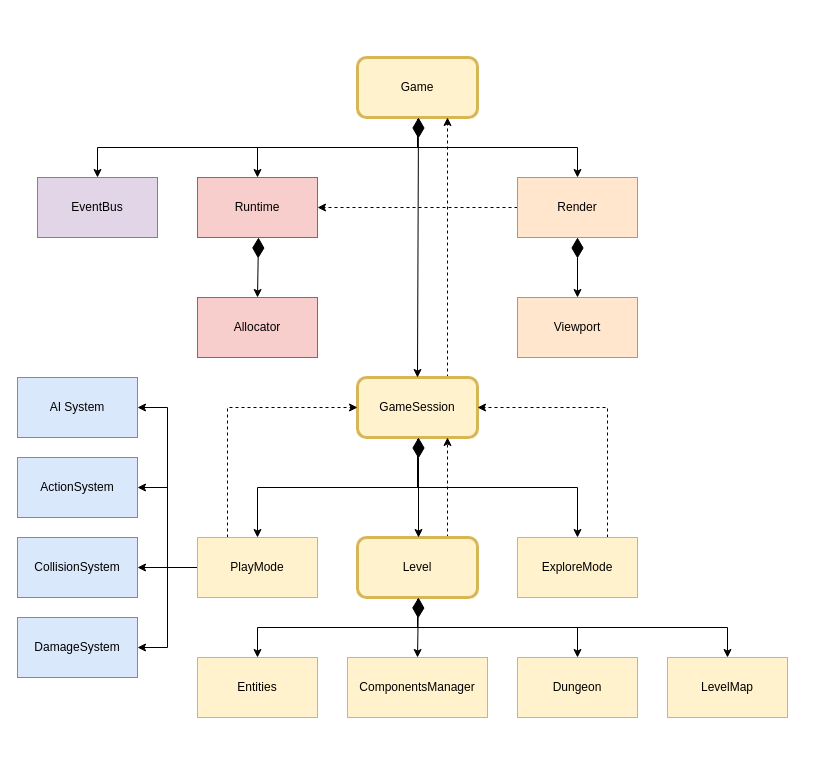
Before: page "Main components" (1 of 2) of docs/schemas.drawio in vladimir-popov/forgotten_catacombs, a draw.io diagram. Source tidied: cells renumbered, new cells numbered last; positions are measured from the earlier drawing's top-left corner, leaving out a move shared by most shapes. Both pictures are drawn from the tidied source at 100%, with x=0, y=0 at pixel (17, 57).
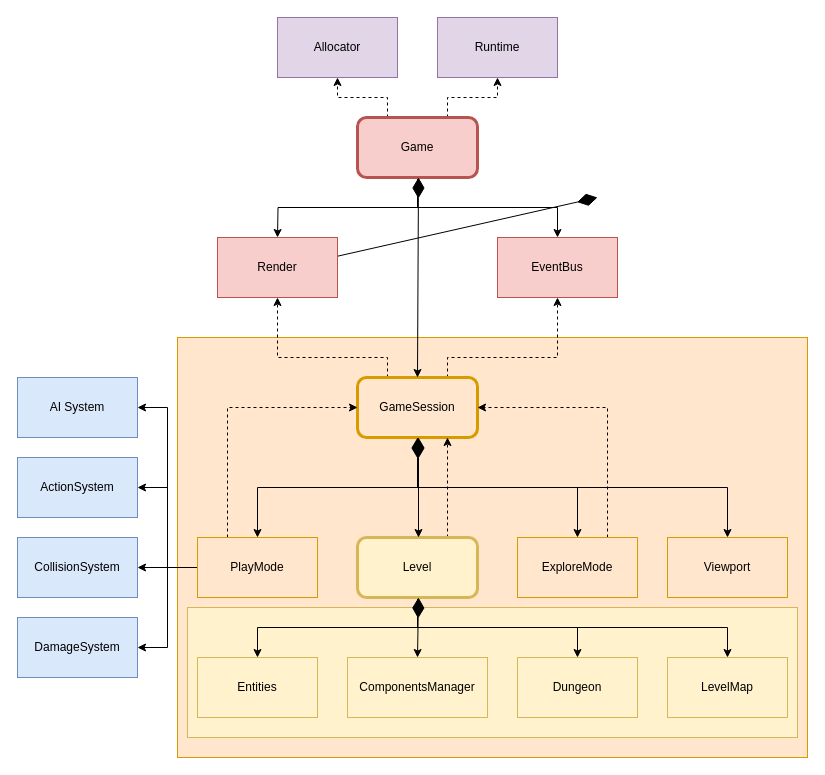
After the change.

Commit message (it also covers changes not shown here):
Fix EventBus and use it to handle player's death

What changed in the source:
```diff
@@
-    <mxCell id="2" style="edgeStyle=orthogonalEdgeStyle;rounded=0;jettySize=auto;html=1;exitX=0.5;exitY=1;exitDx=0;exitDy=0;entryX=0.5;entryY=0;entryDx=0;entryDy=0;endArrow=classic;endFill=1;" parent="1" edge="1" source="5" target="18">
-      <mxGeometry relative="1" as="geometry" />
-    </mxCell>
+    <mxCell id="42" style="rounded=0;whiteSpace=wrap;html=1;fillColor=#ffe6cc;strokeColor=#d79b00;" parent="1" vertex="1">
+      <mxGeometry x="160" y="280" width="630" height="420" as="geometry" />
+    </mxCell>
+    <mxCell id="43" style="rounded=0;whiteSpace=wrap;html=1;fillColor=#fff2cc;strokeColor=#d6b656;" parent="1" vertex="1">
+      <mxGeometry x="170" y="550" width="610" height="130" as="geometry" />
+    </mxCell>
-    <mxCell id="3" style="edgeStyle=orthogonalEdgeStyle;rounded=0;jettySize=auto;html=1;exitX=0.5;exitY=1;exitDx=0;exitDy=0;" parent="1" edge="1" source="5" target="19">
-      <mxGeometry relative="1" as="geometry" />
+    <mxCell id="3" style="edgeStyle=orthogonalEdgeStyle;rounded=0;jettySize=auto;html=1;exitX=0.5;exitY=1;exitDx=0;exitDy=0;" parent="1" edge="1" source="5">
+      <mxGeometry relative="1" as="geometry">
+        <mxPoint x="260" y="180" as="targetPoint" />
+      </mxGeometry>
     </mxCell>
@@
+    <mxCell id="44" style="edgeStyle=orthogonalEdgeStyle;rounded=0;jettySize=auto;html=1;exitX=0.25;exitY=0;exitDx=0;exitDy=0;dashed=1;" parent="1" edge="1" source="5" target="32">
+      <mxGeometry relative="1" as="geometry" />
+    </mxCell>
+    <mxCell id="45" style="edgeStyle=orthogonalEdgeStyle;rounded=0;jettySize=auto;html=1;exitX=0.75;exitY=0;exitDx=0;exitDy=0;entryX=0.5;entryY=1;entryDx=0;entryDy=0;dashed=1;" parent="1" edge="1" source="5" target="19">
+      <mxGeometry relative="1" as="geometry" />
+    </mxCell>
-    <mxCell id="5" value="Game" style="rounded=1;whiteSpace=wrap;html=1;fillColor=#fff2cc;strokeColor=#d6b656;strokeWidth=3;" parent="1" vertex="1">
-      <mxGeometry x="340" width="120" height="60" as="geometry" />
+    <mxCell id="5" value="Game" style="rounded=1;whiteSpace=wrap;html=1;fillColor=#f8cecc;strokeColor=#b85450;strokeWidth=3;" parent="1" vertex="1">
+      <mxGeometry x="340" y="60" width="120" height="60" as="geometry" />
     </mxCell>
-    <mxCell id="6" style="edgeStyle=orthogonalEdgeStyle;rounded=0;jettySize=auto;html=1;exitX=0.75;exitY=0;exitDx=0;exitDy=0;entryX=0.75;entryY=1;entryDx=0;entryDy=0;dashed=1;" parent="1" edge="1" source="9" target="5">
-      <mxGeometry relative="1" as="geometry" />
-    </mxCell>
@@
+    <mxCell id="46" style="edgeStyle=orthogonalEdgeStyle;rounded=0;jettySize=auto;html=1;exitX=0.25;exitY=0;exitDx=0;exitDy=0;entryX=0.5;entryY=1;entryDx=0;entryDy=0;dashed=1;" parent="1" edge="1" source="9" target="18">
+      <mxGeometry relative="1" as="geometry">
+        <Array as="points">
+          <mxPoint x="370" y="300" />
+          <mxPoint x="260" y="300" />
+        </Array>
+      </mxGeometry>
+    </mxCell>
+    <mxCell id="47" style="edgeStyle=orthogonalEdgeStyle;rounded=0;jettySize=auto;html=1;exitX=0.75;exitY=0;exitDx=0;exitDy=0;entryX=0.5;entryY=1;entryDx=0;entryDy=0;dashed=1;" parent="1" edge="1" source="9" target="16">
+      <mxGeometry relative="1" as="geometry">
+        <Array as="points">
+          <mxPoint x="430" y="300" />
+          <mxPoint x="540" y="300" />
+        </Array>
+      </mxGeometry>
+    </mxCell>
-    <mxCell id="9" value="GameSession" style="rounded=1;whiteSpace=wrap;html=1;fillColor=#fff2cc;strokeColor=#d6b656;gradientColor=none;strokeWidth=3;" parent="1" vertex="1">
+    <mxCell id="9" value="GameSession" style="rounded=1;whiteSpace=wrap;html=1;fillColor=#ffe6cc;strokeColor=#d79b00;strokeWidth=3;" parent="1" vertex="1">
       <mxGeometry x="340" y="320" width="120" height="60" as="geometry" />
     </mxCell>
@@
-    <mxCell id="14" value="Level" style="rounded=1;whiteSpace=wrap;html=1;fillColor=#fff2cc;strokeColor=#d6b656;strokeWidth=3;align=center;verticalAlign=middle;fontFamily=Helvetica;fontSize=12;fontColor=default;" parent="1" vertex="1">
+    <mxCell id="14" value="Level" style="rounded=1;whiteSpace=wrap;html=1;fillColor=#fff2cc;strokeColor=#d6b656;strokeWidth=3;align=center;verticalAlign=middle;fontFamily=Helvetica;fontSize=12;" parent="1" vertex="1">
       <mxGeometry x="340" y="480" width="120" height="60" as="geometry" />
     </mxCell>
@@
-    <mxCell id="16" value="EventBus" style="rounded=0;whiteSpace=wrap;html=1;fillColor=#e1d5e7;strokeColor=#9673a6;" parent="1" vertex="1">
-      <mxGeometry x="20" y="120" width="120" height="60" as="geometry" />
+    <mxCell id="16" value="EventBus" style="rounded=0;whiteSpace=wrap;html=1;fillColor=#f8cecc;strokeColor=#b85450;" parent="1" vertex="1">
+      <mxGeometry x="480" y="180" width="120" height="60" as="geometry" />
     </mxCell>
-    <mxCell id="17" style="edgeStyle=orthogonalEdgeStyle;rounded=0;jettySize=auto;html=1;exitX=0;exitY=0.5;exitDx=0;exitDy=0;entryX=1;entryY=0.5;entryDx=0;entryDy=0;dashed=1;" parent="1" edge="1" source="18" target="19">
-      <mxGeometry relative="1" as="geometry" />
-    </mxCell>
-    <mxCell id="18" value="Render" style="rounded=0;whiteSpace=wrap;html=1;fillColor=#ffe6cc;strokeColor=#d79b00;" parent="1" vertex="1">
-      <mxGeometry x="500" y="120" width="120" height="60" as="geometry" />
-    </mxCell>
-    <mxCell id="19" value="Runtime" style="rounded=0;whiteSpace=wrap;html=1;fillColor=#f8cecc;strokeColor=#b85450;" parent="1" vertex="1">
-      <mxGeometry x="180" y="120" width="120" height="60" as="geometry" />
-    </mxCell>
-    <mxCell id="20" style="endArrow=diamondThin;endFill=1;endSize=18;html=1;rounded=0;entryX=0.5;entryY=1;entryDx=0;entryDy=0;exitX=0.5;exitY=0;exitDx=0;exitDy=0;startArrow=classic;startFill=1;strokeWidth=1;" parent="1" edge="1" source="9">
+    <mxCell id="20" style="endArrow=diamondThin;endFill=1;endSize=18;html=1;rounded=0;exitX=0.5;exitY=0;exitDx=0;exitDy=0;startArrow=classic;startFill=1;strokeWidth=1;" parent="1" edge="1" source="9">
       <mxGeometry relative="1" as="geometry">
-        <mxPoint x="401" y="60" as="targetPoint" />
+        <mxPoint x="401" y="120" as="targetPoint" />
       </mxGeometry>
     </mxCell>
@@
-    <mxCell id="28" value="PlayMode" style="rounded=0;whiteSpace=wrap;html=1;fillColor=#fff2cc;strokeColor=#d6b656;" parent="1" vertex="1">
+    <mxCell id="28" value="PlayMode" style="rounded=0;whiteSpace=wrap;html=1;fillColor=#ffe6cc;strokeColor=#d79b00;" parent="1" vertex="1">
       <mxGeometry x="180" y="480" width="120" height="60" as="geometry" />
     </mxCell>
@@
-    <mxCell id="30" value="ExploreMode" style="rounded=0;whiteSpace=wrap;html=1;fillColor=#fff2cc;strokeColor=#d6b656;" parent="1" vertex="1">
+    <mxCell id="30" value="ExploreMode" style="rounded=0;whiteSpace=wrap;html=1;fillColor=#ffe6cc;strokeColor=#d79b00;" parent="1" vertex="1">
       <mxGeometry x="500" y="480" width="120" height="60" as="geometry" />
     </mxCell>
-    <mxCell id="31" value="Viewport" style="rounded=0;whiteSpace=wrap;html=1;fillColor=#ffe6cc;strokeColor=#d79b00;" parent="1" vertex="1">
-      <mxGeometry x="500" y="240" width="120" height="60" as="geometry" />
-    </mxCell>
-    <mxCell id="32" value="Allocator" style="rounded=0;whiteSpace=wrap;html=1;fillColor=#f8cecc;strokeColor=#b85450;" parent="1" vertex="1">
-      <mxGeometry x="180" y="240" width="120" height="60" as="geometry" />
-    </mxCell>
-    <mxCell id="33" style="endArrow=diamondThin;endFill=1;endSize=18;html=1;rounded=0;entryX=0.5;entryY=1;entryDx=0;entryDy=0;startArrow=classic;startFill=1;exitX=0.5;exitY=0;exitDx=0;exitDy=0;strokeWidth=1;" parent="1" edge="1" source="32">
-      <mxGeometry relative="1" as="geometry">
-        <mxPoint x="241" y="180" as="targetPoint" />
-      </mxGeometry>
-    </mxCell>
@@
-    <mxCell id="41" style="endArrow=diamondThin;endFill=1;endSize=18;html=1;rounded=0;entryX=0.5;entryY=1;entryDx=0;entryDy=0;startArrow=classic;startFill=1;exitX=0.5;exitY=0;exitDx=0;exitDy=0;strokeWidth=1;fillColor=#ffe6cc;strokeColor=#000000;" parent="1" edge="1" source="31" target="18">
-      <mxGeometry relative="1" as="geometry" />
+    <mxCell id="41" style="endArrow=diamondThin;endFill=1;endSize=18;html=1;rounded=0;entryX=0.5;entryY=1;entryDx=0;entryDy=0;startArrow=classic;startFill=1;exitX=0.5;exitY=0;exitDx=0;exitDy=0;strokeWidth=1;fillColor=#ffe6cc;strokeColor=#000000;" parent="1" edge="1">
+      <mxGeometry relative="1" as="geometry">
+        <mxPoint x="270" y="210" as="sourcePoint" />
+        <mxPoint x="580" y="140" as="targetPoint" />
+      </mxGeometry>
     </mxCell>
+    <mxCell id="19" value="Runtime" style="rounded=0;whiteSpace=wrap;html=1;fillColor=#e1d5e7;strokeColor=#9673a6;" parent="1" vertex="1">
+      <mxGeometry x="420" y="-40" width="120" height="60" as="geometry" />
+    </mxCell>
+    <mxCell id="32" value="Allocator" style="rounded=0;whiteSpace=wrap;html=1;fillColor=#e1d5e7;strokeColor=#9673a6;" parent="1" vertex="1">
+      <mxGeometry x="260" y="-40" width="120" height="60" as="geometry" />
+    </mxCell>
+    <mxCell id="18" value="Render" style="rounded=0;whiteSpace=wrap;html=1;fillColor=#f8cecc;strokeColor=#b85450;" parent="1" vertex="1">
+      <mxGeometry x="200" y="180" width="120" height="60" as="geometry" />
+    </mxCell>
+    <mxCell id="31" value="Viewport" style="rounded=0;whiteSpace=wrap;html=1;fillColor=#ffe6cc;strokeColor=#d79b00;" parent="1" vertex="1">
+      <mxGeometry x="650" y="480" width="120" height="60" as="geometry" />
+    </mxCell>
+    <mxCell id="48" style="endArrow=diamondThin;endFill=1;endSize=18;html=1;rounded=0;entryX=0.5;entryY=1;entryDx=0;entryDy=0;startArrow=classic;startFill=1;exitX=0.5;exitY=0;exitDx=0;exitDy=0;strokeWidth=1;edgeStyle=orthogonalEdgeStyle;" parent="1" edge="1" source="31" target="9">
+      <mxGeometry relative="1" as="geometry" />
+    </mxCell>
```
